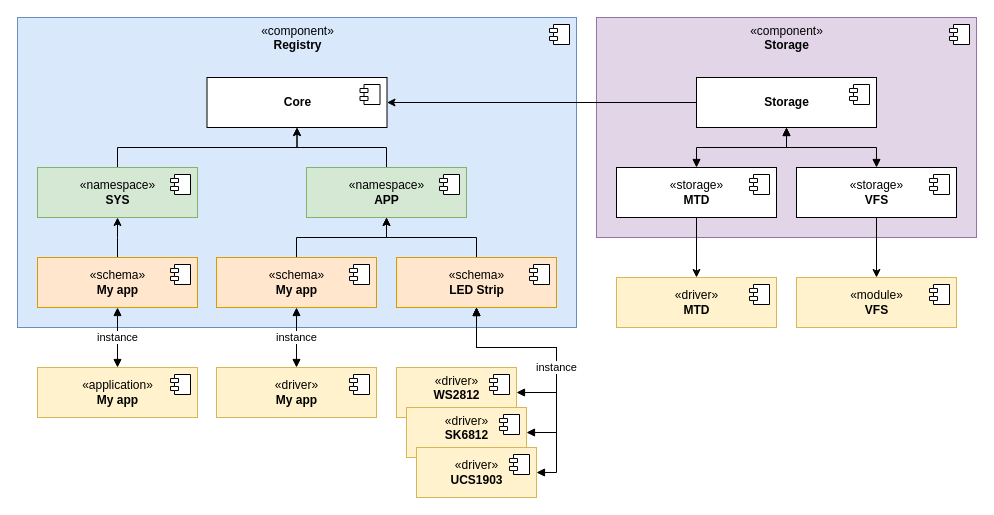
Before: docs/design/components.drawio in LasseRosenow/RIOT, a draw.io diagram. Source tidied: cells renumbered, new cells numbered last; positions are measured from the earlier drawing's top-left corner, leaving out a move shared by most shapes. Both pictures are drawn from the tidied source at 100%, with x=0, y=0 at pixel (17, 17).
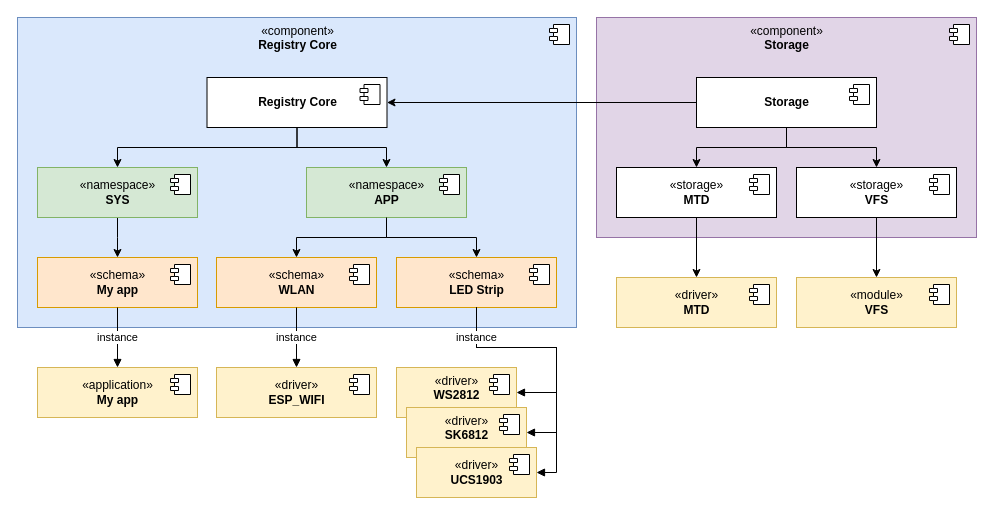
After the change.

Unchanged cells that the change refers to:
```xml
<mxCell id="7" value="«schema»&lt;br&gt;&lt;b&gt;My app&lt;/b&gt;" style="html=1;verticalAlign=middle;fillColor=#ffe6cc;strokeColor=#d79b00;" parent="1" vertex="1">
  <mxGeometry x="20" y="240" width="160" height="50" as="geometry" />
</mxCell>
<mxCell id="10" value="«schema»&lt;br&gt;&lt;b&gt;LED Strip&lt;/b&gt;" style="html=1;verticalAlign=middle;fillColor=#ffe6cc;strokeColor=#d79b00;" parent="1" vertex="1">
  <mxGeometry x="379" y="240" width="160" height="50" as="geometry" />
</mxCell>
<mxCell id="14" value="«driver»&lt;br&gt;&lt;b&gt;WS2812&lt;/b&gt;" style="html=1;verticalAlign=top;fillColor=#fff2cc;strokeColor=#d6b656;" parent="1" vertex="1">
  <mxGeometry x="379" y="350" width="120" height="50" as="geometry" />
</mxCell>
<mxCell id="16" value="«application»&lt;br&gt;&lt;b&gt;My app&lt;/b&gt;" style="html=1;verticalAlign=middle;fillColor=#fff2cc;strokeColor=#d6b656;" parent="1" vertex="1">
  <mxGeometry x="20" y="350" width="160" height="50" as="geometry" />
</mxCell>
<mxCell id="19" value="«storage»&lt;br&gt;&lt;b&gt;VFS&lt;/b&gt;" style="html=1;verticalAlign=middle;" parent="1" vertex="1">
  <mxGeometry x="779" y="150" width="160" height="50" as="geometry" />
</mxCell>
<mxCell id="22" value="«storage»&lt;br&gt;&lt;b&gt;MTD&lt;/b&gt;" style="html=1;verticalAlign=middle;" parent="1" vertex="1">
  <mxGeometry x="599" y="150" width="160" height="50" as="geometry" />
</mxCell>
<mxCell id="33" value="«namespace»&lt;br&gt;&lt;b&gt;SYS&lt;/b&gt;" style="html=1;verticalAlign=middle;fillColor=#d5e8d4;strokeColor=#82b366;" parent="1" vertex="1">
  <mxGeometry x="20" y="150" width="160" height="50" as="geometry" />
</mxCell>
<mxCell id="36" value="«namespace»&lt;br&gt;&lt;b&gt;APP&lt;/b&gt;" style="html=1;verticalAlign=middle;fillColor=#d5e8d4;strokeColor=#82b366;" parent="1" vertex="1">
  <mxGeometry x="289" y="150" width="160" height="50" as="geometry" />
</mxCell>
<mxCell id="45" value="&lt;b&gt;Storage&lt;/b&gt;" style="html=1;verticalAlign=middle;" parent="1" vertex="1">
  <mxGeometry x="679" y="60" width="180" height="50" as="geometry" />
</mxCell>
<mxCell id="49" value="«driver»&lt;br&gt;&lt;b&gt;SK6812&lt;/b&gt;" style="html=1;verticalAlign=top;fillColor=#fff2cc;strokeColor=#d6b656;" parent="1" vertex="1">
  <mxGeometry x="389" y="390" width="120" height="50" as="geometry" />
</mxCell>
<mxCell id="51" value="«driver»&lt;br&gt;&lt;b&gt;UCS1903&lt;/b&gt;" style="html=1;verticalAlign=middle;fillColor=#fff2cc;strokeColor=#d6b656;" parent="1" vertex="1">
  <mxGeometry x="399" y="430" width="120" height="50" as="geometry" />
</mxCell>
```

The edit, as a diff of the source:
```diff
@@
-    <mxCell id="4" value="«component»&lt;br&gt;&lt;b&gt;Registry&lt;/b&gt;" style="html=1;verticalAlign=top;fillColor=#dae8fc;strokeColor=#6c8ebf;" parent="1" vertex="1">
+    <mxCell id="4" value="«component»&lt;br&gt;&lt;b&gt;Registry Core&lt;/b&gt;" style="html=1;verticalAlign=top;fillColor=#dae8fc;strokeColor=#6c8ebf;" parent="1" vertex="1">
       <mxGeometry width="559" height="310" as="geometry" />
     </mxCell>
@@
-    <mxCell id="6" style="edgeStyle=elbowEdgeStyle;rounded=0;elbow=vertical;html=1;" parent="1" edge="1" source="7" target="33">
+    <mxCell id="6" style="edgeStyle=elbowEdgeStyle;rounded=0;elbow=vertical;html=1;" parent="1" edge="1" source="33" target="7">
       <mxGeometry relative="1" as="geometry" />
     </mxCell>
@@
-    <mxCell id="9" style="edgeStyle=elbowEdgeStyle;html=1;elbow=vertical;rounded=0;" parent="1" edge="1" source="10" target="36">
+    <mxCell id="9" style="edgeStyle=elbowEdgeStyle;html=1;elbow=vertical;rounded=0;" parent="1" edge="1" source="36" target="10">
       <mxGeometry relative="1" as="geometry" />
     </mxCell>
@@
-    <mxCell id="12" value="&lt;b&gt;Core&lt;/b&gt;" style="html=1;verticalAlign=middle;" parent="1" vertex="1">
+    <mxCell id="12" value="&lt;b&gt;Registry Core&lt;/b&gt;" style="html=1;verticalAlign=middle;" parent="1" vertex="1">
       <mxGeometry x="189.5" y="60" width="180" height="50" as="geometry" />
     </mxCell>
@@
-    <mxCell id="28" value="instance" style="endArrow=block;startArrow=block;endFill=1;startFill=1;html=1;edgeStyle=orthogonalEdgeStyle;rounded=0;" parent="1" edge="1" source="16" target="7">
+    <mxCell id="28" value="instance" style="endArrow=none;startArrow=block;endFill=0;startFill=1;html=1;edgeStyle=orthogonalEdgeStyle;rounded=0;" parent="1" edge="1" source="16" target="7">
       <mxGeometry relative="1" as="geometry" />
     </mxCell>
-    <mxCell id="29" style="endArrow=block;startArrow=block;endFill=1;startFill=1;html=1;edgeStyle=orthogonalEdgeStyle;rounded=0;entryX=0.5;entryY=1;entryDx=0;entryDy=0;" parent="1" edge="1" source="51" target="10">
+    <mxCell id="29" style="endArrow=none;startArrow=block;endFill=0;startFill=1;html=1;edgeStyle=orthogonalEdgeStyle;rounded=0;entryX=0.5;entryY=1;entryDx=0;entryDy=0;" parent="1" edge="1" source="51" target="10">
       <mxGeometry relative="1" as="geometry">
         <Array as="points">
           <mxPoint x="539" y="455" />
           <mxPoint x="539" y="330" />
           <mxPoint x="459" y="330" />
         </Array>
       </mxGeometry>
     </mxCell>
-    <mxCell id="30" style="endArrow=block;startArrow=block;endFill=1;startFill=1;html=1;edgeStyle=orthogonalEdgeStyle;rounded=0;entryX=0.5;entryY=1;entryDx=0;entryDy=0;" parent="1" edge="1" source="49" target="10">
+    <mxCell id="30" style="endArrow=none;startArrow=block;endFill=0;startFill=1;html=1;edgeStyle=orthogonalEdgeStyle;rounded=0;entryX=0.5;entryY=1;entryDx=0;entryDy=0;" parent="1" edge="1" source="49" target="10">
       <mxGeometry relative="1" as="geometry">
         <Array as="points">
           <mxPoint x="539" y="415" />
           <mxPoint x="539" y="330" />
           <mxPoint x="459" y="330" />
         </Array>
       </mxGeometry>
     </mxCell>
-    <mxCell id="31" value="instance" style="endArrow=block;startArrow=block;endFill=1;startFill=1;html=1;edgeStyle=orthogonalEdgeStyle;rounded=0;entryX=0.5;entryY=1;entryDx=0;entryDy=0;" parent="1" edge="1" source="14" target="10">
-      <mxGeometry x="-0.37" relative="1" as="geometry">
+    <mxCell id="31" value="instance" style="endArrow=none;startArrow=block;endFill=0;startFill=1;html=1;edgeStyle=orthogonalEdgeStyle;rounded=0;entryX=0.5;entryY=1;entryDx=0;entryDy=0;" parent="1" edge="1" source="14" target="10">
+      <mxGeometry x="0.71" relative="1" as="geometry">
         <Array as="points">
           <mxPoint x="539" y="375" />
           <mxPoint x="539" y="330" />
           <mxPoint x="459" y="330" />
         </Array>
       </mxGeometry>
     </mxCell>
-    <mxCell id="32" style="edgeStyle=orthogonalEdgeStyle;rounded=0;elbow=vertical;html=1;entryX=0.5;entryY=1;entryDx=0;entryDy=0;exitX=0.5;exitY=0;exitDx=0;exitDy=0;" parent="1" edge="1" source="33" target="12">
+    <mxCell id="32" style="edgeStyle=orthogonalEdgeStyle;rounded=0;elbow=vertical;html=1;exitX=0.5;exitY=1;exitDx=0;exitDy=0;" parent="1" edge="1" source="12" target="33">
       <mxGeometry relative="1" as="geometry" />
     </mxCell>
@@
-    <mxCell id="35" style="edgeStyle=elbowEdgeStyle;rounded=0;elbow=vertical;html=1;" parent="1" edge="1" source="36" target="12">
+    <mxCell id="35" style="edgeStyle=elbowEdgeStyle;rounded=0;elbow=vertical;html=1;exitX=0.5;exitY=1;exitDx=0;exitDy=0;" parent="1" edge="1" source="12" target="36">
       <mxGeometry relative="1" as="geometry" />
     </mxCell>
@@
-    <mxCell id="38" style="edgeStyle=elbowEdgeStyle;rounded=0;elbow=vertical;html=1;" parent="1" edge="1" source="39" target="36">
+    <mxCell id="38" style="edgeStyle=elbowEdgeStyle;rounded=0;elbow=vertical;html=1;" parent="1" edge="1" source="36" target="39">
       <mxGeometry relative="1" as="geometry" />
     </mxCell>
-    <mxCell id="39" value="«schema»&lt;br&gt;&lt;b&gt;My app&lt;/b&gt;" style="html=1;verticalAlign=middle;fillColor=#ffe6cc;strokeColor=#d79b00;" parent="1" vertex="1">
+    <mxCell id="39" value="«schema»&lt;br&gt;&lt;b&gt;WLAN&lt;/b&gt;" style="html=1;verticalAlign=middle;fillColor=#ffe6cc;strokeColor=#d79b00;" parent="1" vertex="1">
       <mxGeometry x="199" y="240" width="160" height="50" as="geometry" />
     </mxCell>
@@
-    <mxCell id="41" value="«driver»&lt;br&gt;&lt;b&gt;My app&lt;/b&gt;" style="html=1;verticalAlign=middle;fillColor=#fff2cc;strokeColor=#d6b656;" parent="1" vertex="1">
+    <mxCell id="41" value="«driver»&lt;br&gt;&lt;b&gt;ESP_WIFI&lt;/b&gt;" style="html=1;verticalAlign=middle;fillColor=#fff2cc;strokeColor=#d6b656;" parent="1" vertex="1">
       <mxGeometry x="199" y="350" width="160" height="50" as="geometry" />
     </mxCell>
@@
-    <mxCell id="43" value="instance" style="endArrow=block;startArrow=block;endFill=1;startFill=1;html=1;edgeStyle=orthogonalEdgeStyle;rounded=0;" parent="1" edge="1" source="41" target="39">
+    <mxCell id="43" value="instance" style="endArrow=none;startArrow=block;endFill=0;startFill=1;html=1;edgeStyle=orthogonalEdgeStyle;rounded=0;" parent="1" edge="1" source="41" target="39">
       <mxGeometry relative="1" as="geometry" />
     </mxCell>
@@
+    <mxCell id="53" style="edgeStyle=elbowEdgeStyle;html=1;exitX=0.5;exitY=1;exitDx=0;exitDy=0;elbow=vertical;rounded=0;" parent="1" edge="1" source="45" target="22">
+      <mxGeometry relative="1" as="geometry" />
+    </mxCell>
+    <mxCell id="54" style="edgeStyle=elbowEdgeStyle;rounded=0;elbow=vertical;html=1;" parent="1" edge="1" source="45" target="19">
+      <mxGeometry relative="1" as="geometry" />
+    </mxCell>
@@
-    <mxCell id="47" style="endArrow=block;startArrow=block;endFill=1;startFill=1;html=1;edgeStyle=orthogonalEdgeStyle;rounded=0;" parent="1" edge="1" source="22" target="45">
-      <mxGeometry relative="1" as="geometry" />
-    </mxCell>
-    <mxCell id="48" style="endArrow=block;startArrow=block;endFill=1;startFill=1;html=1;edgeStyle=orthogonalEdgeStyle;rounded=0;" parent="1" edge="1" source="19" target="45">
-      <mxGeometry relative="1" as="geometry" />
-    </mxCell>
```
